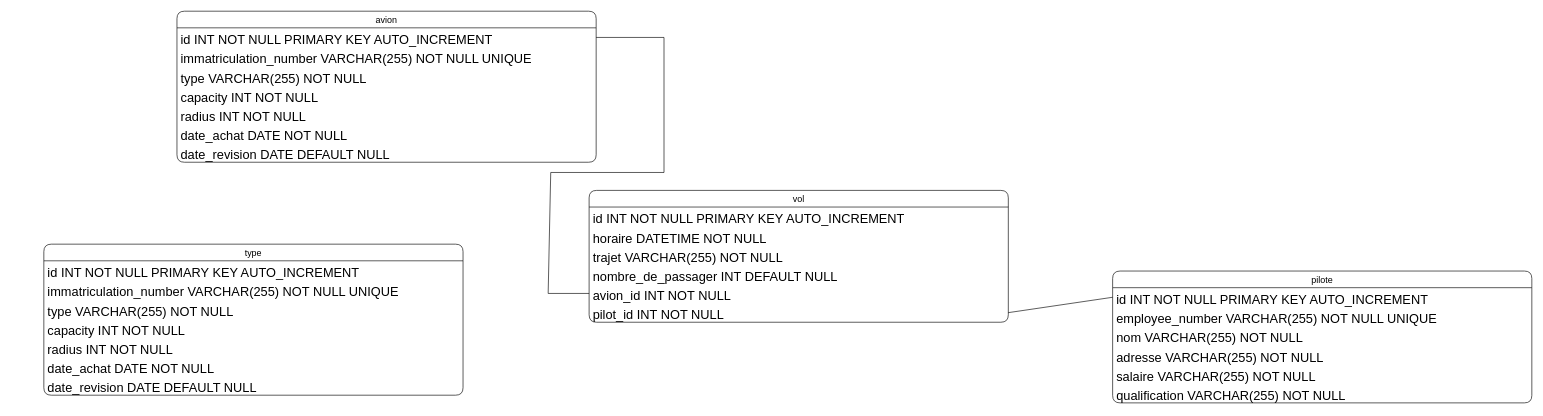
This is Untitled Diagram.drawio from Ange230700/expressJsWcsCourse, a draw.io file, before an edit. Source tidied: cells renumbered, new cells numbered last; positions are measured from the earlier drawing's top-left corner, leaving out a move shared by most shapes. Both pictures are drawn from the tidied source at 64%, with x=0, y=0 at pixel (44, 11).
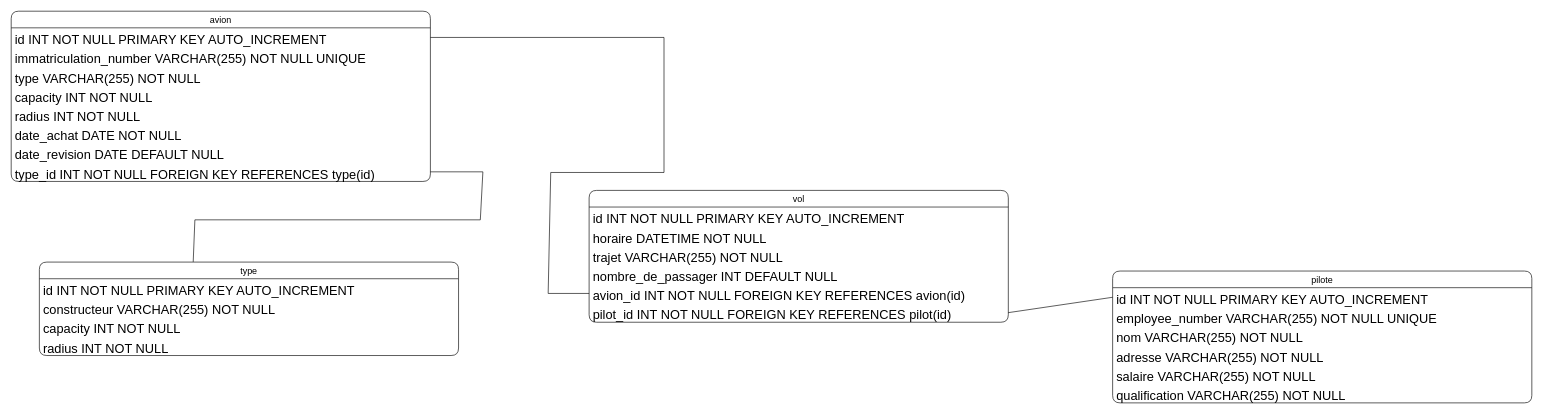
The same page after the edit.

The change refers to these unchanged cells:
```xml
<mxCell id="17" value="vol" style="swimlane;fontStyle=0;horizontal=1;startSize=26;align=center;fontSize=14;hachureGap=4;fontFamily=Helvetica;rounded=1;swimlaneLine=1;glass=0;shadow=0;labelBackgroundColor=none;" parent="1" vertex="1">
  <mxGeometry x="852" y="280" width="655" height="206" as="geometry" />
</mxCell>
```

Diff of the diagram source:
```diff
@@
     <mxCell id="2" value="avion" style="swimlane;fontStyle=0;horizontal=1;startSize=26;align=center;fontSize=14;hachureGap=4;fontFamily=Helvetica;rounded=1;swimlaneLine=1;glass=0;shadow=0;labelBackgroundColor=none;" parent="1" vertex="1">
-      <mxGeometry x="208" width="655" height="236" as="geometry" />
+      <mxGeometry x="-51" width="655" height="266" as="geometry" />
     </mxCell>
@@
+    <mxCell id="34" value="&lt;font face=&quot;Helvetica&quot;&gt;type_id&amp;nbsp;INT NOT NULL&amp;nbsp;FOREIGN KEY REFERENCES type(id)&lt;/font&gt;" style="text;strokeColor=none;fillColor=none;spacingLeft=4;spacingRight=4;overflow=hidden;points=[[0,0.5],[1,0.5]];portConstraint=eastwest;fontSize=20;whiteSpace=wrap;html=1;fontFamily=Architects Daughter;rounded=1;labelBackgroundColor=none;" parent="2" vertex="1">
+      <mxGeometry y="236" width="655" height="30" as="geometry" />
+    </mxCell>
@@
-    <mxCell id="22" value="&lt;font face=&quot;Helvetica&quot;&gt;avion_id INT NOT NULL&lt;/font&gt;" style="text;strokeColor=none;fillColor=none;spacingLeft=4;spacingRight=4;overflow=hidden;points=[[0,0.5],[1,0.5]];portConstraint=eastwest;fontSize=20;whiteSpace=wrap;html=1;fontFamily=Architects Daughter;rounded=1;labelBackgroundColor=none;" parent="17" vertex="1">
+    <mxCell id="22" value="&lt;font face=&quot;Helvetica&quot;&gt;avion_id INT NOT NULL FOREIGN KEY REFERENCES avion(id)&lt;/font&gt;" style="text;strokeColor=none;fillColor=none;spacingLeft=4;spacingRight=4;overflow=hidden;points=[[0,0.5],[1,0.5]];portConstraint=eastwest;fontSize=20;whiteSpace=wrap;html=1;fontFamily=Architects Daughter;rounded=1;labelBackgroundColor=none;" parent="17" vertex="1">
       <mxGeometry y="146" width="655" height="30" as="geometry" />
     </mxCell>
-    <mxCell id="23" value="&lt;font face=&quot;Helvetica&quot;&gt;pilot_id INT NOT NULL&lt;/font&gt;" style="text;strokeColor=none;fillColor=none;spacingLeft=4;spacingRight=4;overflow=hidden;points=[[0,0.5],[1,0.5]];portConstraint=eastwest;fontSize=20;whiteSpace=wrap;html=1;fontFamily=Architects Daughter;rounded=1;labelBackgroundColor=none;" parent="17" vertex="1">
+    <mxCell id="23" value="&lt;font face=&quot;Helvetica&quot;&gt;pilot_id INT NOT NULL&amp;nbsp;FOREIGN KEY REFERENCES pilot(id)&lt;/font&gt;" style="text;strokeColor=none;fillColor=none;spacingLeft=4;spacingRight=4;overflow=hidden;points=[[0,0.5],[1,0.5]];portConstraint=eastwest;fontSize=20;whiteSpace=wrap;html=1;fontFamily=Architects Daughter;rounded=1;labelBackgroundColor=none;" parent="17" vertex="1">
       <mxGeometry y="176" width="655" height="30" as="geometry" />
     </mxCell>
@@
     <mxCell id="26" value="type" style="swimlane;fontStyle=0;horizontal=1;startSize=26;align=center;fontSize=14;hachureGap=4;fontFamily=Helvetica;rounded=1;swimlaneLine=1;glass=0;shadow=0;labelBackgroundColor=none;" parent="1" vertex="1">
-      <mxGeometry y="364" width="655" height="236" as="geometry" />
+      <mxGeometry x="-7" y="392" width="655" height="146" as="geometry" />
     </mxCell>
@@
-    <mxCell id="28" value="&lt;font face=&quot;Helvetica&quot;&gt;immatriculation_number VARCHAR(255) NOT NULL UNIQUE&lt;/font&gt;" style="text;strokeColor=none;fillColor=none;spacingLeft=4;spacingRight=4;overflow=hidden;fontSize=20;whiteSpace=wrap;html=1;fontFamily=Architects Daughter;labelBackgroundColor=none;rounded=1;" parent="26" vertex="1">
+    <mxCell id="28" value="&lt;font face=&quot;Helvetica&quot;&gt;constructeur VARCHAR(255) NOT NULL&lt;/font&gt;" style="text;strokeColor=none;fillColor=none;spacingLeft=4;spacingRight=4;overflow=hidden;fontSize=20;whiteSpace=wrap;html=1;fontFamily=Architects Daughter;labelBackgroundColor=none;rounded=1;" parent="26" vertex="1">
       <mxGeometry y="56" width="655" height="30" as="geometry" />
     </mxCell>
-    <mxCell id="29" value="&lt;font face=&quot;Helvetica&quot;&gt;type VARCHAR(255) NOT NULL&lt;/font&gt;" style="text;strokeColor=none;fillColor=none;spacingLeft=4;spacingRight=4;overflow=hidden;fontSize=20;whiteSpace=wrap;html=1;fontFamily=Architects Daughter;rounded=1;labelBackgroundColor=none;" parent="26" vertex="1">
-      <mxGeometry y="86" width="655" height="30" as="geometry" />
-    </mxCell>
     <mxCell id="30" value="&lt;font face=&quot;Helvetica&quot;&gt;capacity INT NOT NULL&lt;/font&gt;" style="text;strokeColor=none;fillColor=none;spacingLeft=4;spacingRight=4;overflow=hidden;fontSize=20;whiteSpace=wrap;html=1;fontFamily=Architects Daughter;rounded=1;labelBackgroundColor=none;" parent="26" vertex="1">
-      <mxGeometry y="116" width="655" height="30" as="geometry" />
+      <mxGeometry y="86" width="655" height="30" as="geometry" />
     </mxCell>
     <mxCell id="31" value="&lt;font face=&quot;Helvetica&quot;&gt;radius INT NOT NULL&lt;/font&gt;" style="text;strokeColor=none;fillColor=none;spacingLeft=4;spacingRight=4;overflow=hidden;fontSize=20;whiteSpace=wrap;html=1;fontFamily=Architects Daughter;rounded=1;labelBackgroundColor=none;" parent="26" vertex="1">
-      <mxGeometry y="146" width="655" height="30" as="geometry" />
+      <mxGeometry y="116" width="655" height="30" as="geometry" />
     </mxCell>
-    <mxCell id="32" value="&lt;font face=&quot;Helvetica&quot;&gt;date_achat DATE NOT NULL&lt;/font&gt;" style="text;strokeColor=none;fillColor=none;spacingLeft=4;spacingRight=4;overflow=hidden;fontSize=20;whiteSpace=wrap;html=1;fontFamily=Architects Daughter;rounded=1;labelBackgroundColor=none;" parent="26" vertex="1">
-      <mxGeometry y="176" width="655" height="30" as="geometry" />
-    </mxCell>
-    <mxCell id="33" value="&lt;font face=&quot;Helvetica&quot;&gt;date_revision DATE DEFAULT NULL&lt;/font&gt;" style="text;strokeColor=none;fillColor=none;spacingLeft=4;spacingRight=4;overflow=hidden;fontSize=20;whiteSpace=wrap;html=1;fontFamily=Architects Daughter;rounded=1;labelBackgroundColor=none;" parent="26" vertex="1">
-      <mxGeometry y="206" width="655" height="30" as="geometry" />
-    </mxCell>
+    <mxCell id="35" style="endArrow=none;html=1;rounded=0;entryX=1;entryY=0.5;entryDx=0;entryDy=0;exitX=0.367;exitY=-0.002;exitDx=0;exitDy=0;exitPerimeter=0;" parent="1" edge="1" source="26" target="34">
+      <mxGeometry relative="1" as="geometry">
+        <Array as="points">
+          <mxPoint x="236" y="326" />
+          <mxPoint x="682" y="326" />
+          <mxPoint x="686" y="251" />
+        </Array>
+      </mxGeometry>
+    </mxCell>
```
